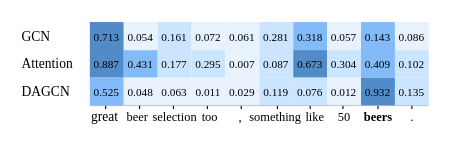
Before: case study.drawio in zhaicao/images, a draw.io diagram. Source tidied: cells renumbered, new cells numbered last; positions are measured from the earlier drawing's top-left corner, leaving out a move shared by most shapes. Both pictures are drawn from the tidied source at 113%, with x=0, y=0 at pixel (19, 19).
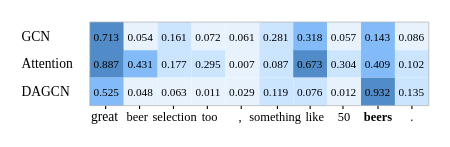
Above is the later version.

Unchanged cells that the change refers to:
```xml
<mxCell id="2" value="&lt;font style=&quot;font-size: 10px;&quot;&gt;0.525&lt;/font&gt;" style="whiteSpace=wrap;html=1;strokeColor=none;fillColor=#82BBF8;fontSize=10;fontFamily=Times New Roman;" parent="1" vertex="1">
  <mxGeometry x="62" y="51" width="30" height="25" as="geometry" />
</mxCell>
<mxCell id="11" value="&lt;font style=&quot;font-size: 10px;&quot;&gt;0.135&lt;/font&gt;" style="whiteSpace=wrap;html=1;fillColor=#cce5ff;strokeColor=none;fontSize=10;fontFamily=Times New Roman;" parent="1" vertex="1">
  <mxGeometry x="332" y="51" width="30" height="25" as="geometry" />
</mxCell>
<mxCell id="31" value="&lt;font style=&quot;font-size: 10px;&quot;&gt;0.713&lt;/font&gt;" style="whiteSpace=wrap;html=1;strokeColor=none;fillColor=#518CC9;fontSize=10;fontFamily=Times New Roman;" parent="1" vertex="1">
  <mxGeometry x="62" y="2" width="30" height="25" as="geometry" />
</mxCell>
<mxCell id="40" value="&lt;font style=&quot;font-size: 10px;&quot;&gt;0.086&lt;/font&gt;" style="whiteSpace=wrap;html=1;fillColor=#E7F2FD;strokeColor=none;fontSize=10;fontFamily=Times New Roman;" parent="1" vertex="1">
  <mxGeometry x="332" y="2" width="30" height="25" as="geometry" />
</mxCell>
```

The edit, as a diff of the source:
```diff
@@
+    <mxCell id="56" style="endArrow=none;html=1;rounded=0;exitX=0;exitY=0;exitDx=0;exitDy=0;entryX=1;entryY=0;entryDx=0;entryDy=0;strokeColor=#adadad;strokeWidth=0.6;" parent="1" edge="1" source="31" target="40">
+      <mxGeometry relative="1" as="geometry" />
+    </mxCell>
+    <mxCell id="57" style="endArrow=none;html=1;rounded=0;exitX=1;exitY=0;exitDx=0;exitDy=0;entryX=1;entryY=1;entryDx=0;entryDy=0;strokeColor=#adadad;strokeWidth=0.6;" parent="1" edge="1" source="40" target="11">
+      <mxGeometry relative="1" as="geometry" />
+    </mxCell>
+    <mxCell id="58" style="endArrow=none;html=1;rounded=0;exitX=0;exitY=0;exitDx=0;exitDy=0;strokeColor=#adadad;strokeWidth=0.6;entryX=0;entryY=1;entryDx=0;entryDy=0;" parent="1" edge="1" source="31" target="2">
+      <mxGeometry relative="1" as="geometry" />
+    </mxCell>
```
